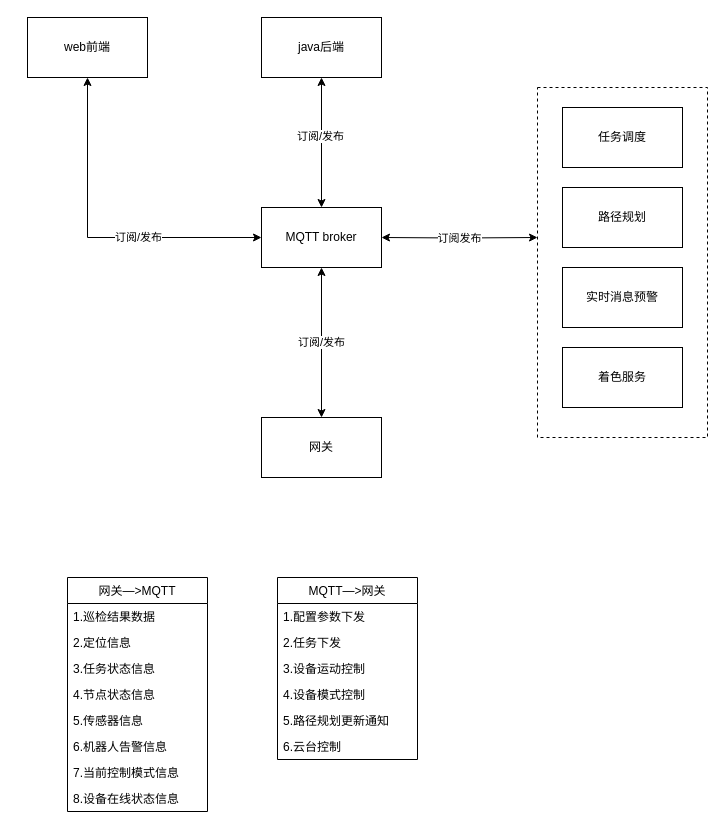
Above: 站端网关版本.drawio in wangyufei0807/draw (draw.io), before the change. Source tidied: cells renumbered, new cells numbered last; positions are measured from the earlier drawing's top-left corner, leaving out a move shared by most shapes. Both pictures are drawn from the tidied source at 100%, with x=0, y=0 at pixel (27, 17).
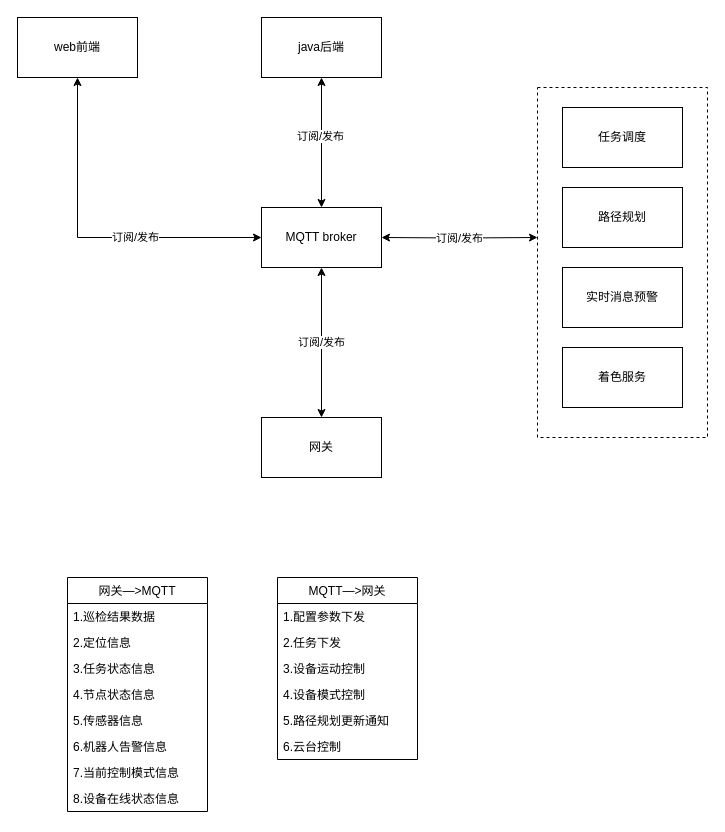
The same page after the edit.

Commit message:
更新站端网关版本.drawio

The change refers to these unchanged cells:
```xml
<mxCell id="6" value="MQTT broker" style="rounded=0;whiteSpace=wrap;html=1;" parent="1" vertex="1">
  <mxGeometry x="234" y="190" width="120" height="60" as="geometry" />
</mxCell>
```

Diff of the diagram source:
```diff
@@
     <mxCell id="10" value="web前端" style="rounded=0;whiteSpace=wrap;html=1;" parent="1" vertex="1">
-      <mxGeometry width="120" height="60" as="geometry" />
+      <mxGeometry x="-10" width="120" height="60" as="geometry" />
     </mxCell>
-    <mxCell id="11" value="订阅发布" style="edgeStyle=orthogonalEdgeStyle;rounded=0;jettySize=auto;html=1;exitX=0;exitY=0.5;exitDx=0;exitDy=0;entryX=1;entryY=0.5;entryDx=0;entryDy=0;startArrow=classic;startFill=1;" parent="1" edge="1" target="6">
+    <mxCell id="11" value="订阅/发布" style="edgeStyle=orthogonalEdgeStyle;rounded=0;jettySize=auto;html=1;exitX=0;exitY=0.5;exitDx=0;exitDy=0;entryX=1;entryY=0.5;entryDx=0;entryDy=0;startArrow=classic;startFill=1;" parent="1" edge="1" target="6">
       <mxGeometry relative="1" as="geometry">
         <mxPoint x="510" y="220" as="sourcePoint" />
       </mxGeometry>
     </mxCell>
```
